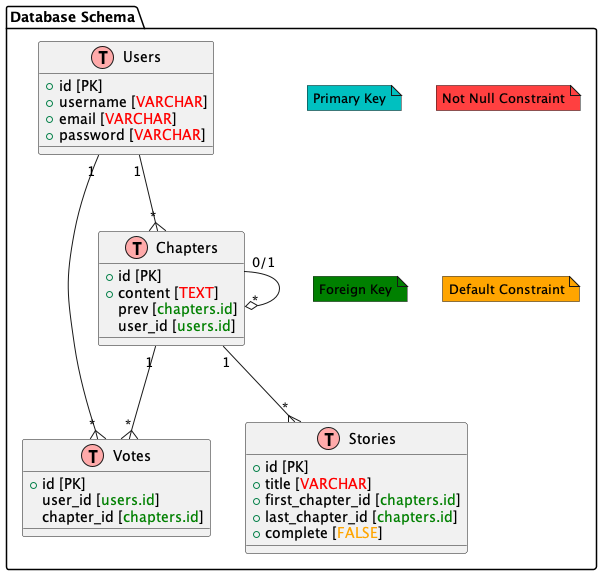
Before: docs/schema.png, a diagram exported from PlantUML (lighthouse-buddies/lhl_midterm).
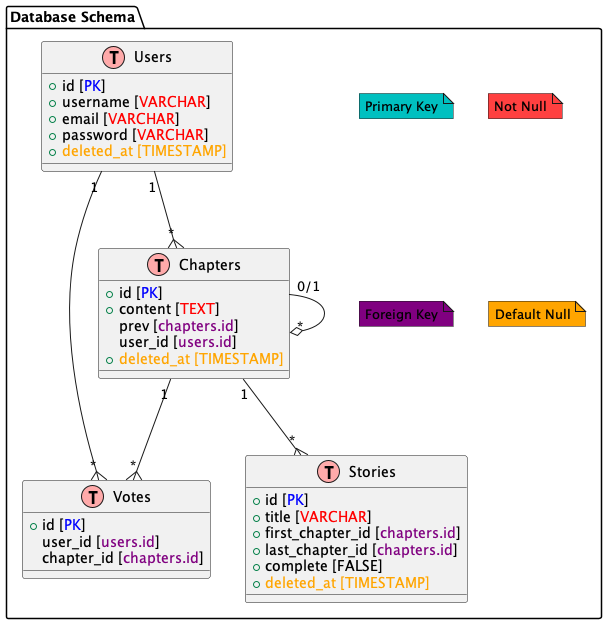
The same file after the commit.

Change to the diagram source:
```diff
@@ -1,44 +1,47 @@
 @startuml
 
+!define Table(name, desc) class name as "desc" << (T,#FFAAAA) >>
+!define PrimaryKey(x) <color:blue>x</color>
+!define ForeignKey(x) <color:purple>x</color>
+!define NotNull(x) <color:red>x</color>
+!define DefaultNull(x) <color:orange>x</color>
+
 package "Database Schema" {
-    !define Table(name, desc) class name as "desc" << (T,#FFAAAA) >>
-    !define PrimaryKey(x) <color:blue>x</color>
-    !define ForeignKey(x) <color:green>x</color>
-    !define NotNull(x) <color:red>x</color>
-    !define Default(x) <color:orange>x</color>
-
-    note "Primary Key" as note_pk #00C0C0
-    note "Not Null Constraint" as note_notnull #FF4040
-    note "Foreign Key" as note_fk #008000
-    note "Default Constraint" as note_default #FFA500
-
     Table(users, "Users") {
-      + id [PK]
-      + username [NotNull(VARCHAR)]
-      + email [NotNull(VARCHAR)]
-      + password [NotNull(VARCHAR)]
+        + id [PrimaryKey(PK)]
+        + username [NotNull(VARCHAR)]
+        + email [NotNull(VARCHAR)]
+        + password [NotNull(VARCHAR)]
+        + DefaultNull(deleted_at [TIMESTAMP])
     }
 
     Table(chapters, "Chapters") {
-      + id [PK]
-      + content [NotNull(TEXT)]
-      prev [ForeignKey(chapters.id)]
-      user_id [ForeignKey(users.id)]
+        + id [PrimaryKey(PK)]
+        + content [NotNull(TEXT)]
+        prev [ForeignKey(chapters.id)]
+        user_id [ForeignKey(users.id)]
+        + DefaultNull(deleted_at [TIMESTAMP])
     }
 
     Table(votes, "Votes") {
-      + id [PK]
-      user_id [ForeignKey(users.id)]
-      chapter_id [ForeignKey(chapters.id)]
+        + id [PrimaryKey(PK)]
+        user_id [ForeignKey(users.id)]
+        chapter_id [ForeignKey(chapters.id)]
     }
 
     Table(stories, "Stories") {
-      + id [PK]
-      + title [NotNull(VARCHAR)]
-      + first_chapter_id [ForeignKey(chapters.id)]
-      + last_chapter_id [ForeignKey(chapters.id)]
-      + complete [Default(FALSE)]
+        + id [PrimaryKey(PK)]
+        + title [NotNull(VARCHAR)]
+        + first_chapter_id [ForeignKey(chapters.id)]
+        + last_chapter_id [ForeignKey(chapters.id)]
+        + complete [FALSE]
+        + DefaultNull(deleted_at [TIMESTAMP])
     }
+
+    note "Primary Key" as note_pk #00C0C0
+    note "Not Null" as note_notnull #FF4040
+    note "Foreign Key" as note_fk #800080
+    note "Default Null" as note_default #FFA500
 
     users --{ chapters : "1"  "*"
     chapters --o chapters : "0/1"  "*"
```
